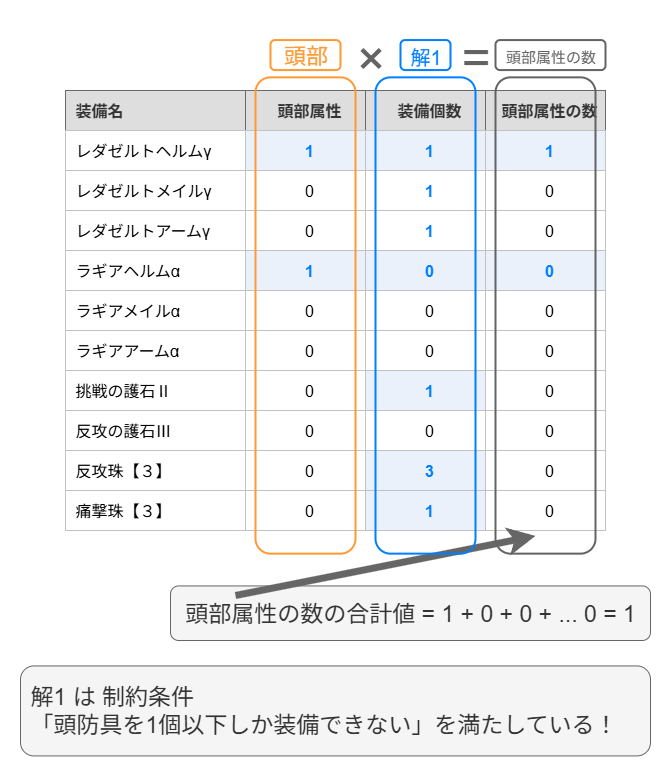
The draw.io diagram images/table5.drawio.png in hotckrin/dmax-from-scratch-docs, before a commit. Source tidied: cells renumbered, new cells last; positions are measured from the earlier drawing's top-left corner, leaving out a move shared by most shapes.
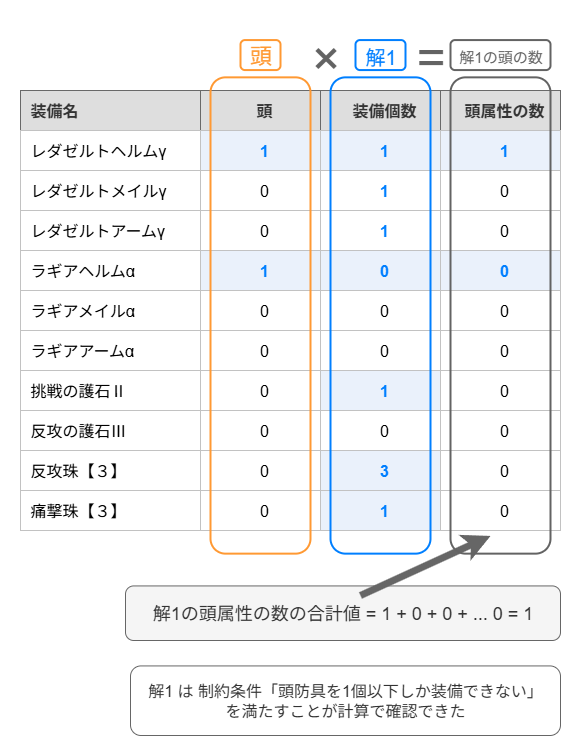
After the commit.

What changed in the source:
```diff
@@ -1,4 +1,4 @@
-<mxGraphModel>
+<mxGraphModel math="1">
   <root>
     <mxCell id="0" />
     <mxCell id="1" parent="0" />
@@ -11,13 +11,13 @@
     <mxCell id="4" value="&lt;font face=&quot;Helvetica&quot;&gt;装備名&lt;/font&gt;" style="strokeColor=inherit;fillColor=light-dark(#dedede, #1a1a1a);align=left;whiteSpace=wrap;html=1;spacingLeft=8;fontSize=16;fontColor=#333333;fontStyle=1;fillStyle=solid;" parent="3" vertex="1">
       <mxGeometry width="180" height="40" as="geometry" />
     </mxCell>
-    <mxCell id="5" value="頭部属性" style="strokeColor=inherit;fillColor=light-dark(#dedede, #1a1a1a);align=center;whiteSpace=wrap;html=1;spacingLeft=8;fontSize=16;fontColor=#333333;fontStyle=1;fillStyle=solid;" parent="3" vertex="1">
+    <mxCell id="5" value="頭" style="strokeColor=inherit;fillColor=light-dark(#dedede, #1a1a1a);align=center;whiteSpace=wrap;html=1;spacingLeft=8;fontSize=16;fontColor=#333333;fontStyle=1;fillStyle=solid;" parent="3" vertex="1">
       <mxGeometry x="180" width="120" height="40" as="geometry" />
     </mxCell>
     <mxCell id="6" value="装備個数" style="strokeColor=inherit;fillColor=light-dark(#dedede, #1a1a1a);align=center;whiteSpace=wrap;html=1;spacingLeft=8;fontSize=16;fontColor=#333333;fontStyle=1;fillStyle=solid;" parent="3" vertex="1">
       <mxGeometry x="300" width="120" height="40" as="geometry" />
     </mxCell>
-    <mxCell id="7" value="頭部属性の数" style="strokeColor=inherit;fillColor=light-dark(#dedede, #1a1a1a);align=center;whiteSpace=wrap;html=1;spacingLeft=8;fontSize=16;fontColor=#333333;fontStyle=1;fillStyle=solid;" parent="3" vertex="1">
+    <mxCell id="7" value="頭属性の数" style="strokeColor=inherit;fillColor=light-dark(#dedede, #1a1a1a);align=center;whiteSpace=wrap;html=1;spacingLeft=8;fontSize=16;fontColor=#333333;fontStyle=1;fillStyle=solid;" parent="3" vertex="1">
       <mxGeometry x="420" width="120" height="40" as="geometry" />
     </mxCell>
     <mxCell id="8" style="shape=tableRow;horizontal=0;startSize=0;swimlaneHead=0;swimlaneBody=0;top=0;left=0;bottom=0;right=0;fontStyle=0;fillColor=none;strokeColor=light-dark(#696969, #959595);" parent="2" vertex="1">
@@ -170,8 +170,8 @@
     <mxCell id="57" value="0" style="align=center;whiteSpace=wrap;html=1;fontSize=16;spacingLeft=8;fontStyle=0;labelBackgroundColor=none;strokeWidth=1;strokeColor=light-dark(#c2c2c2, #ededed);" parent="53" vertex="1">
       <mxGeometry x="420" width="120" height="40" as="geometry" />
     </mxCell>
-    <mxCell id="58" value="&lt;font&gt;頭部&lt;/font&gt;" style="text;html=1;align=center;verticalAlign=middle;fillColor=default;fontSize=22;spacingLeft=0;spacingBottom=-3;strokeColor=#FF9933;fontColor=#FF9933;strokeWidth=2;rounded=1;" parent="1" vertex="1">
-      <mxGeometry x="250" y="19.6" width="70" height="30" as="geometry" />
+    <mxCell id="58" value="&lt;font&gt;頭&lt;/font&gt;" style="text;html=1;align=center;verticalAlign=middle;fillColor=default;fontSize=22;spacingLeft=0;spacingBottom=-3;strokeColor=#FF9933;fontColor=#FF9933;strokeWidth=2;rounded=1;" parent="1" vertex="1">
+      <mxGeometry x="265" y="19.6" width="40" height="30" as="geometry" />
     </mxCell>
     <mxCell id="59" value="&lt;font color=&quot;#007fff&quot;&gt;解1&lt;/font&gt;" style="text;html=1;align=center;verticalAlign=middle;fillColor=default;fontSize=20;spacingLeft=0;spacingBottom=-3;strokeColor=#007FFF;strokeWidth=2;rounded=1;" parent="1" vertex="1">
       <mxGeometry x="380" y="19.6" width="50" height="30" as="geometry" />
@@ -182,32 +182,32 @@
     <mxCell id="61" value="=" style="text;html=1;align=center;verticalAlign=middle;fillColor=none;fontSize=50;spacingLeft=0;spacingBottom=-3;strokeColor=none;fontColor=#636363;" parent="1" vertex="1">
       <mxGeometry x="430" y="-0.4" width="50" height="70" as="geometry" />
     </mxCell>
-    <mxCell id="62" value="&lt;font&gt;頭部属性の数&lt;/font&gt;" style="text;html=1;align=center;verticalAlign=middle;fillColor=default;fontSize=15;spacingLeft=0;spacingBottom=-3;strokeColor=#636363;strokeWidth=2;rounded=1;fontColor=#636363;" parent="1" vertex="1">
-      <mxGeometry x="475" y="19.6" width="110" height="30" as="geometry" />
+    <mxCell id="62" value="&lt;font&gt;解1の頭の数&lt;/font&gt;" style="text;html=1;align=center;verticalAlign=middle;fillColor=default;fontSize=15;spacingLeft=0;spacingBottom=-3;strokeColor=#636363;strokeWidth=2;rounded=1;fontColor=#636363;" parent="1" vertex="1">
+      <mxGeometry x="475" y="19.6" width="100" height="30" as="geometry" />
     </mxCell>
-    <mxCell id="63" value="&lt;font style=&quot;font-size: 23px;&quot;&gt;頭部属性の数の合計値 = 1 + 0 + 0 + ... 0 = 1&lt;/font&gt;" style="text;html=1;align=center;verticalAlign=middle;whiteSpace=wrap;rounded=1;fillColor=#f5f5f5;strokeColor=#666666;fontColor=#333333;" parent="1" vertex="1">
-      <mxGeometry x="150" y="565.4" width="480" height="54.6" as="geometry" />
+    <mxCell id="63" value="&lt;font style=&quot;font-size: 18px;&quot;&gt;解1の頭属性の数の合計値 = 1 + 0 + 0 + ... 0 = 1&lt;/font&gt;" style="text;html=1;align=center;verticalAlign=middle;whiteSpace=wrap;rounded=1;fillColor=#f5f5f5;strokeColor=#666666;fontColor=#333333;" parent="1" vertex="1">
+      <mxGeometry x="150" y="565.4" width="435" height="54.6" as="geometry" />
     </mxCell>
-    <mxCell id="64" value="&lt;span style=&quot;font-size: 23px;&quot;&gt;解1 は 制約条件&lt;br&gt;「頭防具を1個以下しか装備できない」を満たしている！&lt;/span&gt;" style="text;html=1;align=left;verticalAlign=middle;whiteSpace=wrap;rounded=1;fillColor=#f5f5f5;strokeColor=#666666;fontColor=#333333;spacingLeft=8;spacingRight=8;spacingTop=6;spacingBottom=6;" parent="1" vertex="1">
-      <mxGeometry y="645.4" width="630" height="90" as="geometry" />
+    <mxCell id="64" value="&lt;font style=&quot;font-size: 16px;&quot;&gt;解1 は 制約条件「頭防具を1個以下しか装備できない」&lt;br&gt;を満たすことが計算で確認できた&lt;/font&gt;" style="text;html=1;align=center;verticalAlign=middle;whiteSpace=wrap;rounded=1;spacingLeft=8;spacingRight=8;spacingTop=6;spacingBottom=6;fillColor=none;fontColor=#333333;strokeColor=#666666;" parent="1" vertex="1">
+      <mxGeometry x="155" y="645.4" width="430" height="69.6" as="geometry" />
     </mxCell>
     <mxCell id="65" style="endArrow=classic;html=1;rounded=0;strokeWidth=7;fillColor=#f5f5f5;strokeColor=#666666;" parent="1" edge="1">
       <mxGeometry relative="1" as="geometry">
-        <mxPoint x="215" y="575" as="sourcePoint" />
+        <mxPoint x="385" y="575" as="sourcePoint" />
         <mxPoint x="515" y="515.4" as="targetPoint" />
       </mxGeometry>
     </mxCell>
     <mxCell id="66" style="group;" parent="1" vertex="1">
-      <mxGeometry x="235" y="56.9" width="340" height="476.3" as="geometry" />
+      <mxGeometry x="235" y="56.8" width="340" height="476.3" as="geometry" />
     </mxCell>
-    <mxCell id="67" style="rounded=1;whiteSpace=wrap;html=1;fillColor=none;strokeWidth=2;strokeColor=#FF9933;fontColor=#FF9933;" parent="66" vertex="1">
-      <mxGeometry width="100" height="476.3" as="geometry" />
+    <mxCell id="67" style="rounded=1;whiteSpace=wrap;html=1;fillColor=none;strokeWidth=2;strokeColor=#007FFF;" parent="66" vertex="1">
+      <mxGeometry x="120" width="100" height="476.3" as="geometry" />
     </mxCell>
-    <mxCell id="68" style="rounded=1;whiteSpace=wrap;html=1;fillColor=none;strokeWidth=2;strokeColor=#007FFF;" parent="66" vertex="1">
-      <mxGeometry x="120" width="100" height="476.3" as="geometry" />
+    <mxCell id="68" style="rounded=1;whiteSpace=wrap;html=1;fillColor=none;strokeWidth=2;strokeColor=#636363;" parent="66" vertex="1">
+      <mxGeometry x="240" width="100" height="476.3" as="geometry" />
     </mxCell>
-    <mxCell id="69" style="rounded=1;whiteSpace=wrap;html=1;fillColor=none;strokeWidth=2;strokeColor=#636363;" parent="66" vertex="1">
-      <mxGeometry x="240" width="100" height="476.3" as="geometry" />
+    <mxCell id="69" style="rounded=1;whiteSpace=wrap;html=1;fillColor=none;strokeWidth=2;strokeColor=#FF9933;fontColor=#FF9933;" parent="66" vertex="1">
+      <mxGeometry width="100" height="476.3" as="geometry" />
     </mxCell>
   </root>
 </mxGraphModel>
```
